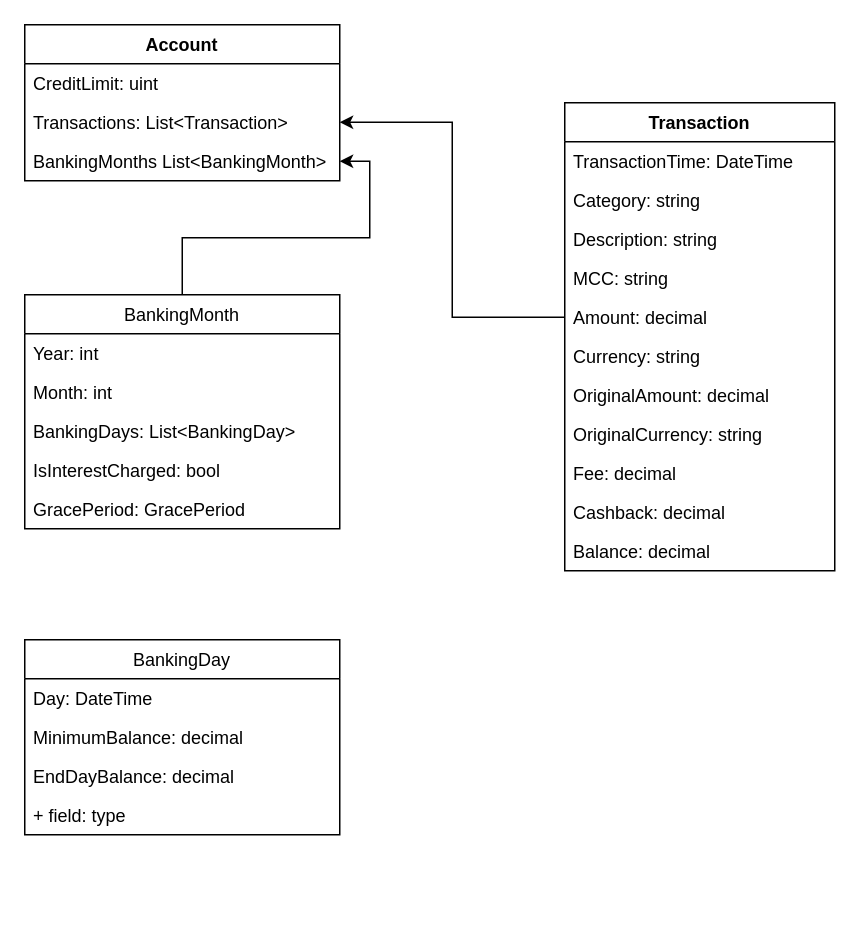
Earlier version of the draw.io diagram Діаграма без назви.drawio (Yarkhimed/PercentageCalculator). Source tidied: cells renumbered, new cells numbered last; positions are measured from the earlier drawing's top-left corner, leaving out a move shared by most shapes. Both pictures are drawn from the tidied source at 150%, with x=0, y=0 at pixel (24, 24).
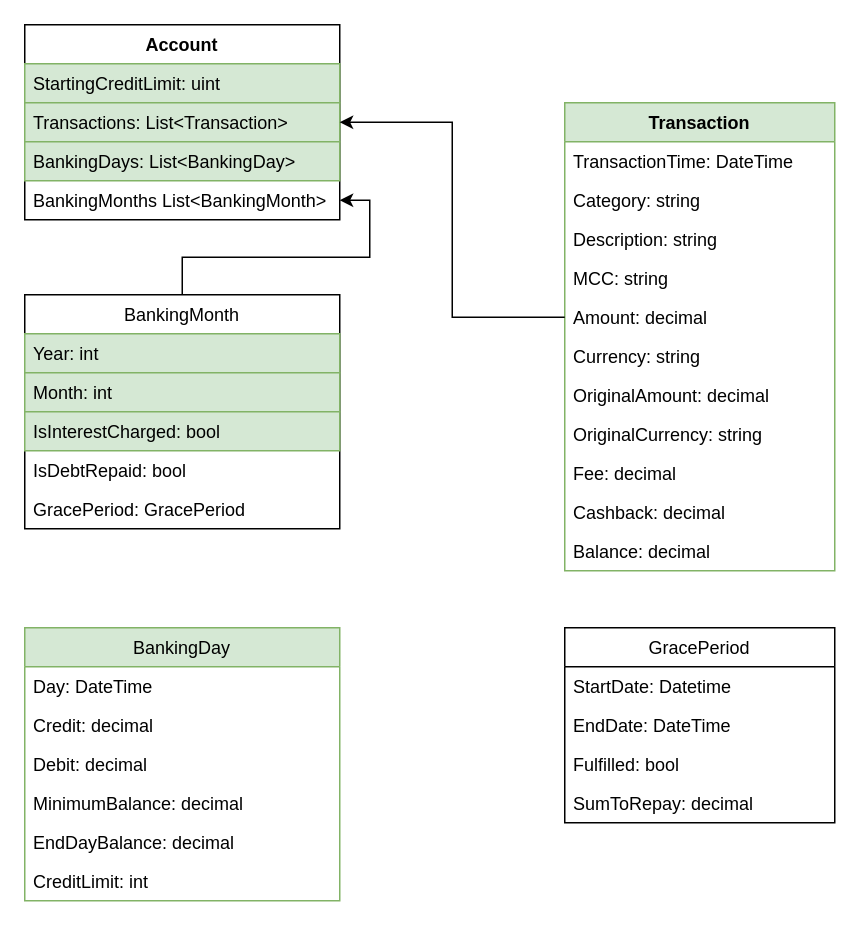
The same page after the edit.

The change refers to these unchanged cells:
```xml
<mxCell id="19" value="BankingMonth" style="swimlane;fontStyle=0;horizontal=1;startSize=26;fillColor=none;" parent="1" vertex="1">
  <mxGeometry y="180" width="210" height="156" as="geometry" />
</mxCell>
```

What changed in the source:
```diff
@@
     <mxCell id="2" value="Account" style="swimlane;fontStyle=1;align=center;verticalAlign=top;horizontal=1;startSize=26;" parent="1" vertex="1">
-      <mxGeometry width="210" height="104" as="geometry" />
+      <mxGeometry width="210" height="130" as="geometry" />
     </mxCell>
-    <mxCell id="3" value="CreditLimit: uint" style="text;strokeColor=none;fillColor=none;align=left;verticalAlign=top;spacingLeft=4;spacingRight=4;overflow=hidden;" parent="2" vertex="1">
+    <mxCell id="3" value="StartingCreditLimit: uint" style="text;strokeColor=#82b366;fillColor=#d5e8d4;align=left;verticalAlign=top;spacingLeft=4;spacingRight=4;overflow=hidden;" parent="2" vertex="1">
       <mxGeometry y="26" width="210" height="26" as="geometry" />
     </mxCell>
-    <mxCell id="4" value="Transactions: List&lt;Transaction&gt;" style="text;strokeColor=none;fillColor=none;align=left;verticalAlign=top;spacingLeft=4;spacingRight=4;overflow=hidden;points=[[0,0.5],[1,0.5]];portConstraint=eastwest;" parent="2" vertex="1">
+    <mxCell id="4" value="Transactions: List&lt;Transaction&gt;" style="text;strokeColor=#82b366;fillColor=#d5e8d4;align=left;verticalAlign=top;spacingLeft=4;spacingRight=4;overflow=hidden;points=[[0,0.5],[1,0.5]];portConstraint=eastwest;" parent="2" vertex="1">
       <mxGeometry y="52" width="210" height="26" as="geometry" />
     </mxCell>
+    <mxCell id="22" value="BankingDays: List&lt;BankingDay&gt;" style="text;strokeColor=#82b366;fillColor=#d5e8d4;align=left;verticalAlign=top;spacingLeft=4;spacingRight=4;overflow=hidden;" parent="2" vertex="1">
+      <mxGeometry y="78" width="210" height="26" as="geometry" />
+    </mxCell>
     <mxCell id="5" value="BankingMonths List&lt;BankingMonth&gt;" style="text;strokeColor=none;fillColor=none;align=left;verticalAlign=top;spacingLeft=4;spacingRight=4;overflow=hidden;points=[[0,0.5],[1,0.5]];portConstraint=eastwest;" parent="2" vertex="1">
-      <mxGeometry y="78" width="210" height="26" as="geometry" />
+      <mxGeometry y="104" width="210" height="26" as="geometry" />
     </mxCell>
-    <mxCell id="6" value="Transaction" style="swimlane;fontStyle=1;horizontal=1;startSize=26;fillColor=none;" parent="1" vertex="1">
+    <mxCell id="6" value="Transaction" style="swimlane;fontStyle=1;horizontal=1;startSize=26;fillColor=#d5e8d4;strokeColor=#82b366;" parent="1" vertex="1">
       <mxGeometry x="360" y="52" width="180" height="312" as="geometry" />
     </mxCell>
@@
-    <mxCell id="20" value="Year: int" style="text;strokeColor=none;fillColor=none;align=left;verticalAlign=top;spacingLeft=4;spacingRight=4;overflow=hidden;" parent="19" vertex="1">
+    <mxCell id="20" value="Year: int" style="text;strokeColor=#82b366;fillColor=#d5e8d4;align=left;verticalAlign=top;spacingLeft=4;spacingRight=4;overflow=hidden;" parent="19" vertex="1">
       <mxGeometry y="26" width="210" height="26" as="geometry" />
     </mxCell>
-    <mxCell id="21" value="Month: int" style="text;strokeColor=none;fillColor=none;align=left;verticalAlign=top;spacingLeft=4;spacingRight=4;overflow=hidden;" parent="19" vertex="1">
+    <mxCell id="21" value="Month: int" style="text;strokeColor=#82b366;fillColor=#d5e8d4;align=left;verticalAlign=top;spacingLeft=4;spacingRight=4;overflow=hidden;" parent="19" vertex="1">
       <mxGeometry y="52" width="210" height="26" as="geometry" />
     </mxCell>
-    <mxCell id="22" value="BankingDays: List&lt;BankingDay&gt;" style="text;strokeColor=none;fillColor=none;align=left;verticalAlign=top;spacingLeft=4;spacingRight=4;overflow=hidden;" parent="19" vertex="1">
-      <mxGeometry y="78" width="210" height="26" as="geometry" />
-    </mxCell>
-    <mxCell id="23" value="IsInterestCharged: bool" style="text;strokeColor=none;fillColor=none;align=left;verticalAlign=top;spacingLeft=4;spacingRight=4;overflow=hidden;" parent="19" vertex="1">
-      <mxGeometry y="104" width="210" height="26" as="geometry" />
+    <mxCell id="23" value="IsInterestCharged: bool" style="text;strokeColor=#82b366;fillColor=#d5e8d4;align=left;verticalAlign=top;spacingLeft=4;spacingRight=4;overflow=hidden;" parent="19" vertex="1">
+      <mxGeometry y="78" width="210" height="26" as="geometry" />
     </mxCell>
+    <mxCell id="31" value="IsDebtRepaid: bool" style="text;strokeColor=none;fillColor=none;align=left;verticalAlign=top;spacingLeft=4;spacingRight=4;overflow=hidden;" parent="19" vertex="1">
+      <mxGeometry y="104" width="210" height="26" as="geometry" />
+    </mxCell>
@@
-    <mxCell id="26" value="BankingDay" style="swimlane;fontStyle=0;horizontal=1;startSize=26;fillColor=none;" parent="1" vertex="1">
-      <mxGeometry y="410" width="210" height="130" as="geometry" />
+    <mxCell id="26" value="BankingDay" style="swimlane;fontStyle=0;horizontal=1;startSize=26;fillColor=#d5e8d4;strokeColor=#82b366;" parent="1" vertex="1">
+      <mxGeometry y="402" width="210" height="182" as="geometry" />
     </mxCell>
@@
+    <mxCell id="32" value="Credit: decimal" style="text;strokeColor=none;fillColor=none;align=left;verticalAlign=top;spacingLeft=4;spacingRight=4;overflow=hidden;" parent="26" vertex="1">
+      <mxGeometry y="52" width="210" height="26" as="geometry" />
+    </mxCell>
+    <mxCell id="30" value="Debit: decimal" style="text;strokeColor=none;fillColor=none;align=left;verticalAlign=top;spacingLeft=4;spacingRight=4;overflow=hidden;" parent="26" vertex="1">
+      <mxGeometry y="78" width="210" height="26" as="geometry" />
+    </mxCell>
     <mxCell id="28" value="MinimumBalance: decimal" style="text;strokeColor=none;fillColor=none;align=left;verticalAlign=top;spacingLeft=4;spacingRight=4;overflow=hidden;" parent="26" vertex="1">
-      <mxGeometry y="52" width="210" height="26" as="geometry" />
+      <mxGeometry y="104" width="210" height="26" as="geometry" />
     </mxCell>
     <mxCell id="29" value="EndDayBalance: decimal" style="text;strokeColor=none;fillColor=none;align=left;verticalAlign=top;spacingLeft=4;spacingRight=4;overflow=hidden;" parent="26" vertex="1">
-      <mxGeometry y="78" width="210" height="26" as="geometry" />
+      <mxGeometry y="130" width="210" height="26" as="geometry" />
     </mxCell>
-    <mxCell id="30" value="+ field: type" style="text;strokeColor=none;fillColor=none;align=left;verticalAlign=top;spacingLeft=4;spacingRight=4;overflow=hidden;" parent="26" vertex="1">
-      <mxGeometry y="104" width="210" height="26" as="geometry" />
-    </mxCell>
+    <mxCell id="33" value="CreditLimit: int" style="text;strokeColor=none;fillColor=none;align=left;verticalAlign=top;spacingLeft=4;spacingRight=4;overflow=hidden;" parent="26" vertex="1">
+      <mxGeometry y="156" width="210" height="26" as="geometry" />
+    </mxCell>
+    <mxCell id="34" value="GracePeriod" style="swimlane;fontStyle=0;horizontal=1;startSize=26;fillColor=none;" parent="1" vertex="1">
+      <mxGeometry x="360" y="402" width="180" height="130" as="geometry" />
+    </mxCell>
+    <mxCell id="35" value="StartDate: Datetime" style="text;strokeColor=none;fillColor=none;align=left;verticalAlign=top;spacingLeft=4;spacingRight=4;overflow=hidden;" parent="34" vertex="1">
+      <mxGeometry y="26" width="180" height="26" as="geometry" />
+    </mxCell>
+    <mxCell id="36" value="EndDate: DateTime" style="text;strokeColor=none;fillColor=none;align=left;verticalAlign=top;spacingLeft=4;spacingRight=4;overflow=hidden;" parent="34" vertex="1">
+      <mxGeometry y="52" width="180" height="26" as="geometry" />
+    </mxCell>
+    <mxCell id="37" value="Fulfilled: bool" style="text;strokeColor=none;fillColor=none;align=left;verticalAlign=top;spacingLeft=4;spacingRight=4;overflow=hidden;" parent="34" vertex="1">
+      <mxGeometry y="78" width="180" height="26" as="geometry" />
+    </mxCell>
+    <mxCell id="38" value="SumToRepay: decimal" style="text;strokeColor=none;fillColor=none;align=left;verticalAlign=top;spacingLeft=4;spacingRight=4;overflow=hidden;" parent="34" vertex="1">
+      <mxGeometry y="104" width="180" height="26" as="geometry" />
+    </mxCell>
```
